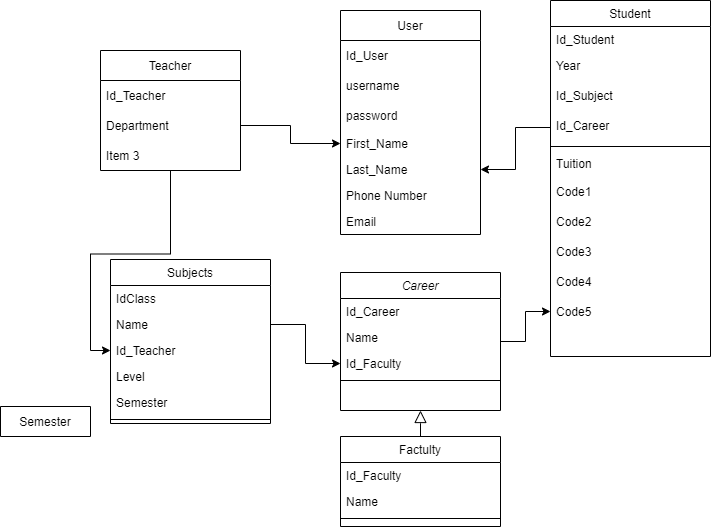
Above: Untitled Diagram.drawio.png in GuilleAlvarado/draw (draw.io), before the change. Source tidied: cells renumbered, new cells last; positions are measured from the earlier drawing's top-left corner, leaving out a move shared by most shapes.
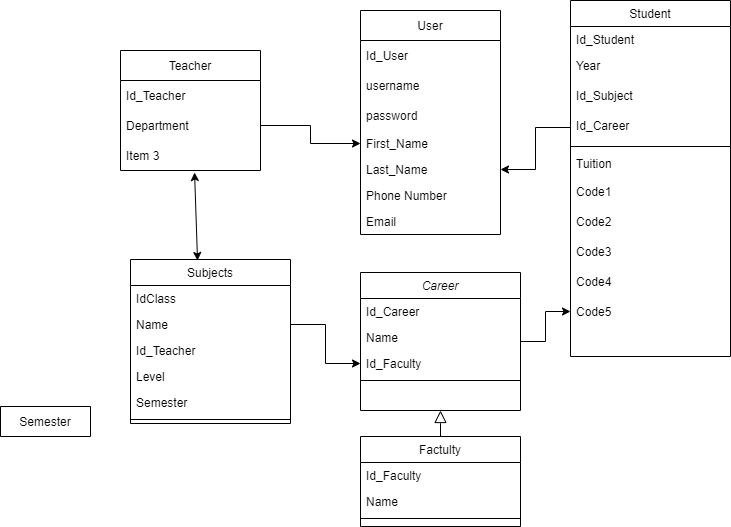
The same diagram one commit later.

Diff of the diagram source:
```diff
@@ -93,7 +93,7 @@
       <mxGeometry y="296" width="160" height="30" as="geometry" />
     </mxCell>
     <mxCell id="32" value="Semester" style="swimlane;fontStyle=0;horizontal=1;startSize=30;" parent="1" vertex="1" collapsed="1">
-      <mxGeometry y="406" width="90" height="30" as="geometry" />
+      <mxGeometry x="-20" y="406" width="90" height="30" as="geometry" />
     </mxCell>
     <mxCell id="33" value="User" style="swimlane;fontStyle=0;horizontal=1;startSize=30;" parent="1" vertex="1">
       <mxGeometry x="340" y="10" width="140" height="224" as="geometry" />
@@ -119,9 +119,6 @@
     <mxCell id="40" value="Email" style="text;align=left;verticalAlign=top;spacingLeft=4;spacingRight=4;overflow=hidden;rounded=0;shadow=0;html=0;" parent="33" vertex="1">
       <mxGeometry y="198" width="140" height="26" as="geometry" />
     </mxCell>
-    <mxCell id="41" style="edgeStyle=orthogonalEdgeStyle;rounded=0;jettySize=auto;html=1;" parent="1" edge="1" source="42" target="16">
-      <mxGeometry relative="1" as="geometry" />
-    </mxCell>
     <mxCell id="42" value="Teacher" style="swimlane;fontStyle=0;horizontal=1;startSize=30;" parent="1" vertex="1">
       <mxGeometry x="100" y="50" width="140" height="120" as="geometry" />
     </mxCell>
@@ -143,5 +140,8 @@
     <mxCell id="48" style="edgeStyle=orthogonalEdgeStyle;rounded=0;jettySize=auto;html=1;" parent="1" edge="1" source="24" target="38">
       <mxGeometry relative="1" as="geometry" />
     </mxCell>
+    <mxCell id="49" style="endArrow=classic;startArrow=classic;html=1;rounded=0;entryX=0.529;entryY=1.067;entryDx=0;entryDy=0;entryPerimeter=0;exitX=0.419;exitY=0.006;exitDx=0;exitDy=0;exitPerimeter=0;" parent="1" edge="1" source="13" target="45">
+      <mxGeometry relative="1" as="geometry" />
+    </mxCell>
   </root>
 </mxGraphModel>
```
